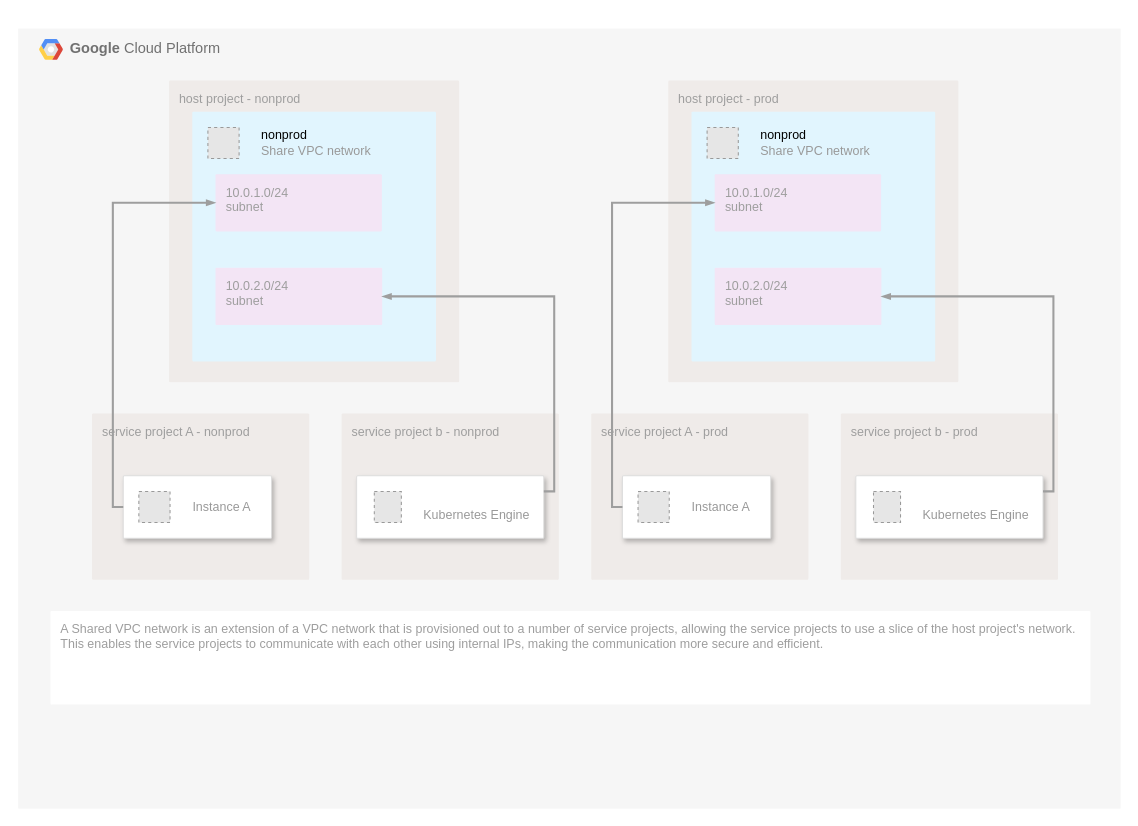
Above: page "Page-1" (1 of 2) of svpc-overview.drawio in Phoebe0222/cloud-concepts (draw.io), before the change. Source tidied: cells renumbered, new cells numbered last; positions are measured from the earlier drawing's top-left corner, leaving out a move shared by most shapes. Both pictures are drawn from the tidied source at 104%, with x=0, y=0 at pixel (18, 28). Pictures stored in the file or linked from it are replaced by grey dashed boxes.
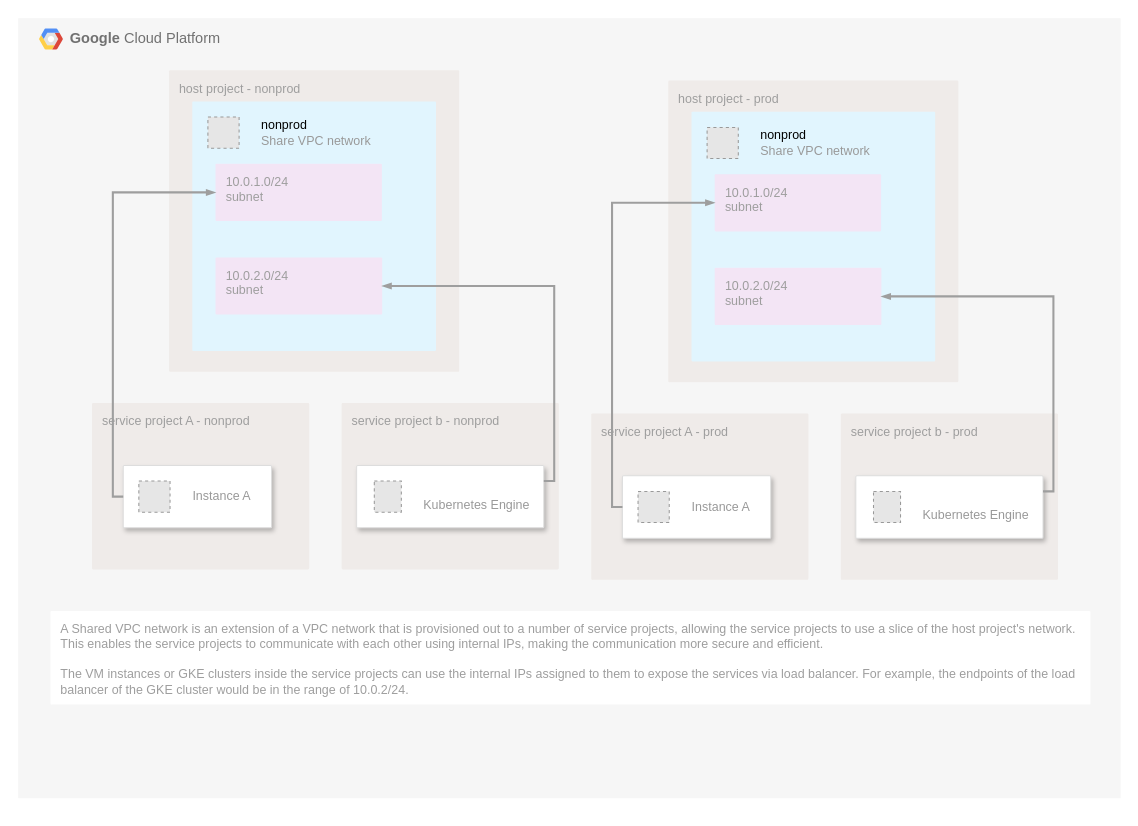
Above is the later version.

Change to the diagram source:
```diff
@@
     <mxCell id="2" value="&lt;b&gt;Google &lt;/b&gt;Cloud Platform" style="fillColor=#F6F6F6;strokeColor=none;shadow=0;gradientColor=none;fontSize=14;align=left;spacing=10;fontColor=#717171;9E9E9E;verticalAlign=top;spacingTop=-4;fontStyle=0;spacingLeft=40;html=1;" parent="1" vertex="1">
-      <mxGeometry width="1060" height="750" as="geometry" />
+      <mxGeometry y="-10" width="1060" height="750" as="geometry" />
     </mxCell>
@@
-    <mxCell id="18" value="A Shared VPC network is an extension of a VPC network that is provisioned out to a number of service projects, allowing the service projects to use a slice of the host project's network. This enables the service projects to communicate with each other using internal IPs, making the communication more secure and efficient.&amp;nbsp;&amp;nbsp;" style="sketch=0;rounded=1;absoluteArcSize=1;arcSize=2;html=1;strokeColor=none;gradientColor=none;shadow=0;dashed=0;fontSize=12;fontColor=#9E9E9E;align=left;verticalAlign=top;spacing=10;spacingTop=-4;whiteSpace=wrap;" parent="1" vertex="1">
+    <mxCell id="18" value="A Shared VPC network is an extension of a VPC network that is provisioned out to a number of service projects, allowing the service projects to use a slice of the host project's network. This enables the service projects to communicate with each other using internal IPs, making the communication more secure and efficient.&amp;nbsp;&amp;nbsp;&lt;div&gt;&lt;br&gt;&lt;/div&gt;&lt;div&gt;The VM instances or GKE clusters inside the service projects can use the internal IPs assigned to them to expose the services via load balancer. For example, the endpoints of the load balancer of the GKE cluster would be in the range of 10.0.2/24.&lt;/div&gt;" style="sketch=0;rounded=1;absoluteArcSize=1;arcSize=2;html=1;strokeColor=none;gradientColor=none;shadow=0;dashed=0;fontSize=12;fontColor=#9E9E9E;align=left;verticalAlign=top;spacing=10;spacingTop=-4;whiteSpace=wrap;" parent="1" vertex="1">
       <mxGeometry x="31" y="560" width="1000" height="90" as="geometry" />
     </mxCell>
```
